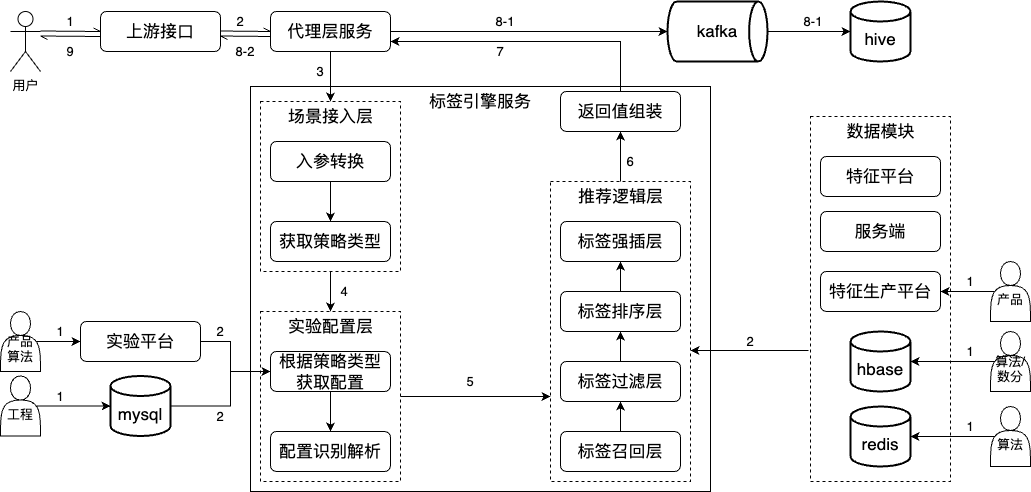
Earlier version of the draw.io export work-draw-file/标签平台数据链路图.png (liujunao/draw-data). Source tidied: cells renumbered, new cells last; positions are measured from the earlier drawing's top-left corner, leaving out a move shared by most shapes.
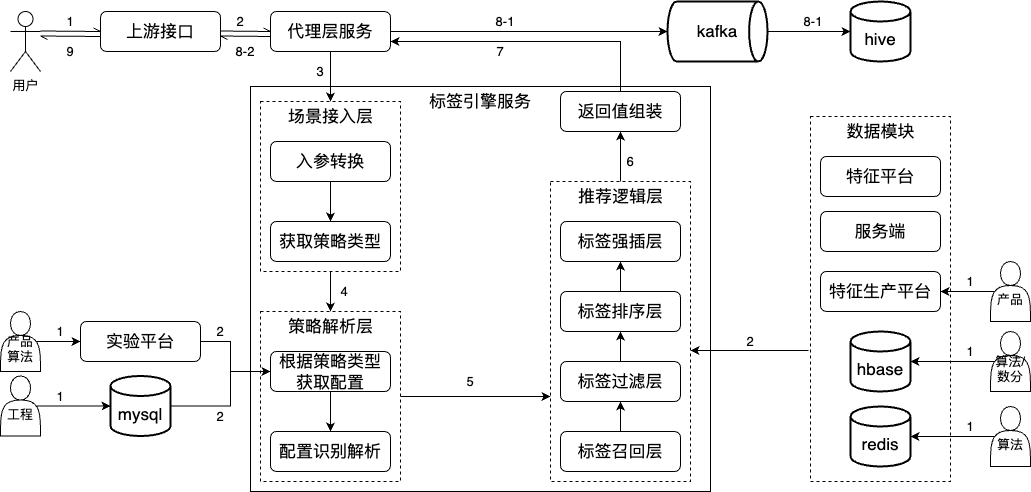
After the change.

Commit message:
更新标签平台数据链路图.png

What changed in the source:
```diff
@@ -79,7 +79,7 @@
     <mxCell id="25" value="&lt;font size=&quot;3&quot;&gt;入参转换&lt;/font&gt;" style="rounded=1;whiteSpace=wrap;html=1;" parent="1" vertex="1">
       <mxGeometry x="270" y="140" width="120" height="40" as="geometry" />
     </mxCell>
-    <mxCell id="26" value="&lt;font size=&quot;3&quot;&gt;实验配置层&lt;/font&gt;" style="text;html=1;strokeColor=none;fillColor=none;align=center;verticalAlign=middle;whiteSpace=wrap;rounded=0;" parent="1" vertex="1">
+    <mxCell id="26" value="&lt;font size=&quot;3&quot;&gt;策略解析层&lt;/font&gt;" style="text;html=1;strokeColor=none;fillColor=none;align=center;verticalAlign=middle;whiteSpace=wrap;rounded=0;" parent="1" vertex="1">
       <mxGeometry x="277.5" y="310" width="105" height="30" as="geometry" />
     </mxCell>
     <mxCell id="27" style="edgeStyle=orthogonalEdgeStyle;rounded=0;jettySize=auto;html=1;exitX=1;exitY=0.5;exitDx=0;exitDy=0;exitPerimeter=0;entryX=0;entryY=0.5;entryDx=0;entryDy=0;" parent="1" edge="1" source="28" target="12">
```
